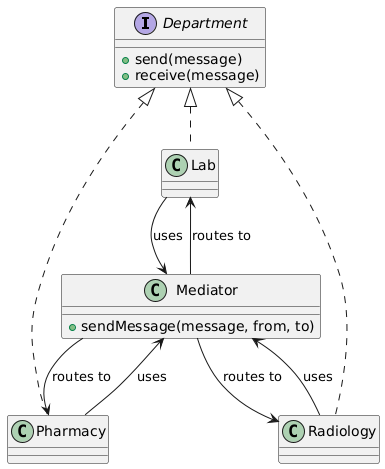
Above: SWE/Semester2/Deliverable#4/uml/Mediator1.png in MohamedMostafa259/Health-Information-Network (PlantUML), before the change. Source of this version:
```plantuml
@startuml
interface Department {
  +send(message)
  +receive(message)
}

class Mediator {
  +sendMessage(message, from, to)
}

class Lab
class Pharmacy
class Radiology

Department <|.. Lab
Department <|.. Pharmacy
Department <|.. Radiology

Lab --> Mediator : uses
Pharmacy --> Mediator : uses
Radiology --> Mediator : uses
Mediator --> Lab : routes to
Mediator --> Pharmacy : routes to
Mediator --> Radiology : routes to
@enduml
```
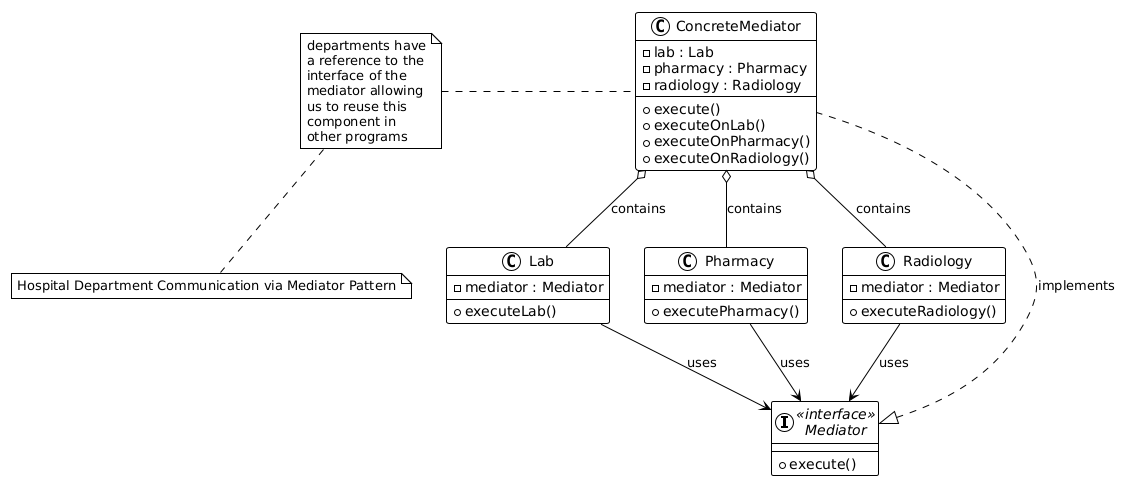
The same file after the commit.

Diff of the diagram source:
```diff
@@ -1,25 +1,44 @@
 @startuml
-interface Department {
-  +send(message)
-  +receive(message)
+!theme plain
+
+interface "<<interface>>\nMediator" as IMediator {
+    + execute()
 }
 
-class Mediator {
-  +sendMessage(message, from, to)
+class ConcreteMediator {
+    - lab : Lab
+    - pharmacy : Pharmacy
+    - radiology : Radiology
+    + execute()
+    + executeOnLab()
+    + executeOnPharmacy()
+    + executeOnRadiology()
 }
 
-class Lab
-class Pharmacy
-class Radiology
+class Lab {
+    - mediator : Mediator
+    + executeLab()
+}
 
-Department <|.. Lab
-Department <|.. Pharmacy
-Department <|.. Radiology
+class Pharmacy {
+    - mediator : Mediator
+    + executePharmacy()
+}
 
-Lab --> Mediator : uses
-Pharmacy --> Mediator : uses
-Radiology --> Mediator : uses
-Mediator --> Lab : routes to
-Mediator --> Pharmacy : routes to
-Mediator --> Radiology : routes to
+class Radiology {
+    - mediator : Mediator
+    + executeRadiology()
+}
+
+IMediator <|.. ConcreteMediator : implements
+ConcreteMediator o-- Lab : contains
+ConcreteMediator o-- Pharmacy : contains
+ConcreteMediator o-- Radiology : contains
+Lab --> IMediator : uses
+Pharmacy --> IMediator : uses
+Radiology --> IMediator : uses
+
+note left of ConcreteMediator : departments have\na reference to the\ninterface of the\nmediator allowing\nus to reuse this\ncomponent in\nother programs
+
+note bottom : Hospital Department Communication via Mediator Pattern
 @enduml
```
